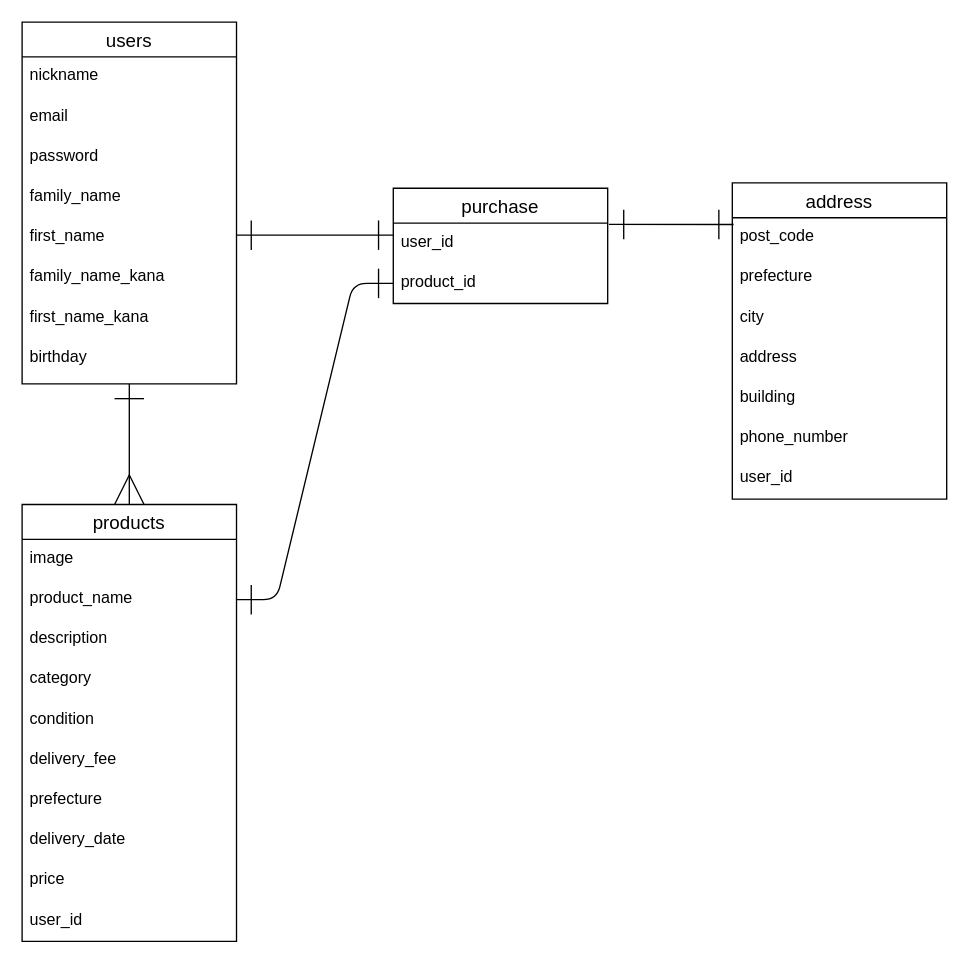
The draw.io diagram furima.dio in oramubon/furima-34805, before the edit. Source tidied: cells renumbered, new cells numbered last; positions are measured from the earlier drawing's top-left corner, leaving out a move shared by most shapes. Both pictures are drawn from the tidied source at 134%, with x=0, y=0 at pixel (21, 21).
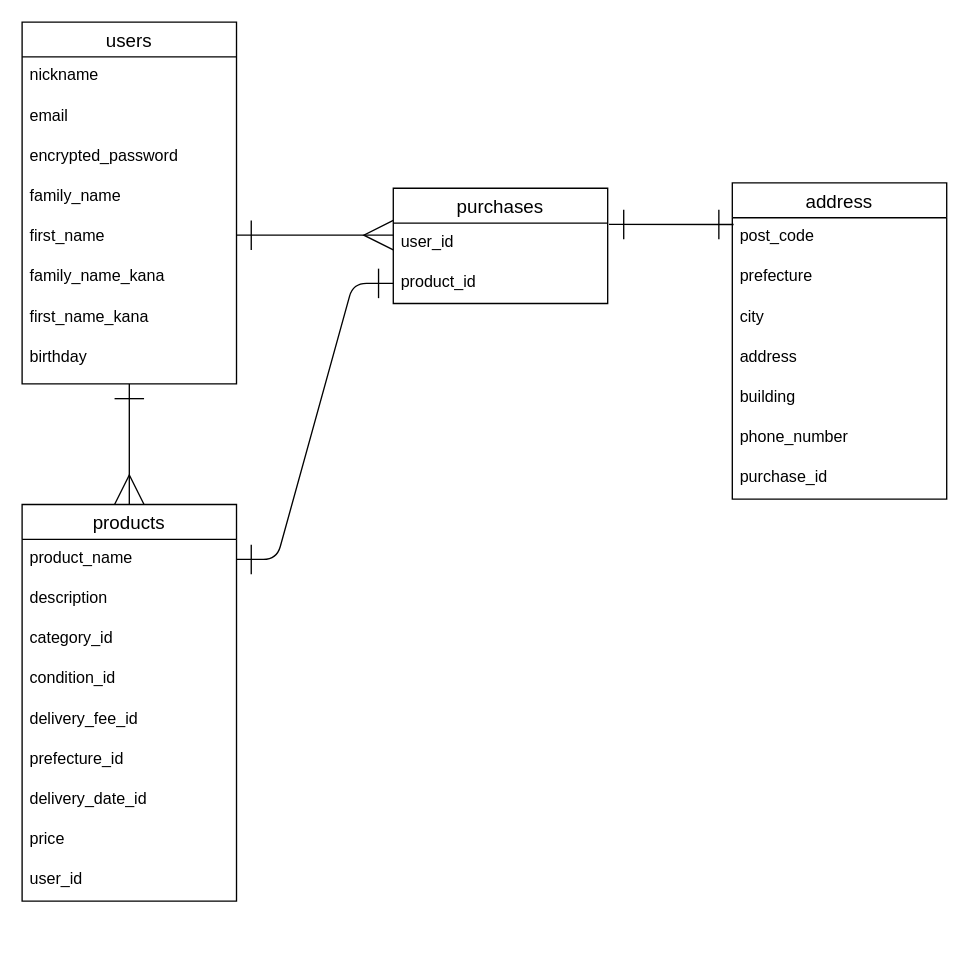
Above is the later version.

Commit message (it also covers changes not shown here):
データベース設計の修正

Unchanged cells that the change refers to:
```xml
<mxCell id="2" value="users" style="swimlane;fontStyle=0;horizontal=1;startSize=26;align=center;fontSize=14;" parent="1" vertex="1">
  <mxGeometry width="160" height="270" as="geometry" />
</mxCell>
<mxCell id="22" value="address" style="swimlane;fontStyle=0;horizontal=1;startSize=26;align=center;fontSize=14;" parent="1" vertex="1">
  <mxGeometry x="530" y="120" width="160" height="236" as="geometry" />
</mxCell>
<mxCell id="31" value="user_id" style="text;strokeColor=none;fillColor=none;spacingLeft=4;spacingRight=4;overflow=hidden;points=[[0,0.5],[1,0.5]];portConstraint=eastwest;fontSize=12;" parent="30" vertex="1">
  <mxGeometry y="26" width="160" height="30" as="geometry" />
</mxCell>
```

Diff of the diagram source:
```diff
@@
-    <mxCell id="5" value="password" style="text;strokeColor=none;fillColor=none;spacingLeft=4;spacingRight=4;overflow=hidden;fontSize=12;" parent="2" vertex="1">
+    <mxCell id="5" value="encrypted_password" style="text;strokeColor=none;fillColor=none;spacingLeft=4;spacingRight=4;overflow=hidden;fontSize=12;" parent="2" vertex="1">
       <mxGeometry y="86" width="160" height="30" as="geometry" />
     </mxCell>
@@
     <mxCell id="11" value="products" style="swimlane;fontStyle=0;horizontal=1;startSize=26;align=center;fontSize=14;" parent="1" vertex="1">
-      <mxGeometry y="360" width="160" height="326" as="geometry" />
+      <mxGeometry y="360" width="160" height="296" as="geometry" />
     </mxCell>
-    <mxCell id="12" value="image" style="text;strokeColor=none;fillColor=none;spacingLeft=4;spacingRight=4;overflow=hidden;fontSize=12;" parent="11" vertex="1">
-      <mxGeometry y="26" width="160" height="30" as="geometry" />
-    </mxCell>
     <mxCell id="13" value="product_name" style="text;strokeColor=none;fillColor=none;spacingLeft=4;spacingRight=4;overflow=hidden;points=[[0,0.5],[1,0.5]];portConstraint=eastwest;fontSize=12;" parent="11" vertex="1">
-      <mxGeometry y="56" width="160" height="30" as="geometry" />
+      <mxGeometry y="26" width="160" height="30" as="geometry" />
     </mxCell>
     <mxCell id="14" value="description" style="text;strokeColor=none;fillColor=none;spacingLeft=4;spacingRight=4;overflow=hidden;fontSize=12;" parent="11" vertex="1">
-      <mxGeometry y="86" width="160" height="30" as="geometry" />
+      <mxGeometry y="56" width="160" height="30" as="geometry" />
     </mxCell>
-    <mxCell id="15" value="category" style="text;strokeColor=none;fillColor=none;spacingLeft=4;spacingRight=4;overflow=hidden;fontSize=12;" parent="11" vertex="1">
-      <mxGeometry y="116" width="160" height="30" as="geometry" />
+    <mxCell id="15" value="category_id" style="text;strokeColor=none;fillColor=none;spacingLeft=4;spacingRight=4;overflow=hidden;fontSize=12;" parent="11" vertex="1">
+      <mxGeometry y="86" width="160" height="30" as="geometry" />
     </mxCell>
-    <mxCell id="16" value="condition" style="text;strokeColor=none;fillColor=none;spacingLeft=4;spacingRight=4;overflow=hidden;fontSize=12;" parent="11" vertex="1">
-      <mxGeometry y="146" width="160" height="30" as="geometry" />
+    <mxCell id="16" value="condition_id" style="text;strokeColor=none;fillColor=none;spacingLeft=4;spacingRight=4;overflow=hidden;fontSize=12;" parent="11" vertex="1">
+      <mxGeometry y="116" width="160" height="30" as="geometry" />
     </mxCell>
-    <mxCell id="17" value="delivery_fee" style="text;strokeColor=none;fillColor=none;spacingLeft=4;spacingRight=4;overflow=hidden;fontSize=12;" parent="11" vertex="1">
-      <mxGeometry y="176" width="160" height="30" as="geometry" />
+    <mxCell id="17" value="delivery_fee_id" style="text;strokeColor=none;fillColor=none;spacingLeft=4;spacingRight=4;overflow=hidden;fontSize=12;" parent="11" vertex="1">
+      <mxGeometry y="146" width="160" height="30" as="geometry" />
     </mxCell>
-    <mxCell id="18" value="prefecture" style="text;strokeColor=none;fillColor=none;spacingLeft=4;spacingRight=4;overflow=hidden;fontSize=12;" parent="11" vertex="1">
-      <mxGeometry y="206" width="160" height="30" as="geometry" />
+    <mxCell id="18" value="prefecture_id" style="text;strokeColor=none;fillColor=none;spacingLeft=4;spacingRight=4;overflow=hidden;fontSize=12;" parent="11" vertex="1">
+      <mxGeometry y="176" width="160" height="30" as="geometry" />
     </mxCell>
-    <mxCell id="19" value="delivery_date" style="text;strokeColor=none;fillColor=none;spacingLeft=4;spacingRight=4;overflow=hidden;fontSize=12;" parent="11" vertex="1">
-      <mxGeometry y="236" width="160" height="30" as="geometry" />
+    <mxCell id="19" value="delivery_date_id" style="text;strokeColor=none;fillColor=none;spacingLeft=4;spacingRight=4;overflow=hidden;fontSize=12;" parent="11" vertex="1">
+      <mxGeometry y="206" width="160" height="30" as="geometry" />
     </mxCell>
     <mxCell id="20" value="price" style="text;strokeColor=none;fillColor=none;spacingLeft=4;spacingRight=4;overflow=hidden;fontSize=12;" parent="11" vertex="1">
-      <mxGeometry y="266" width="160" height="30" as="geometry" />
+      <mxGeometry y="236" width="160" height="30" as="geometry" />
     </mxCell>
     <mxCell id="21" value="user_id" style="text;strokeColor=none;fillColor=none;spacingLeft=4;spacingRight=4;overflow=hidden;fontSize=12;" parent="11" vertex="1">
-      <mxGeometry y="296" width="160" height="30" as="geometry" />
+      <mxGeometry y="266" width="160" height="30" as="geometry" />
     </mxCell>
@@
-    <mxCell id="29" value="user_id" style="text;strokeColor=none;fillColor=none;spacingLeft=4;spacingRight=4;overflow=hidden;fontSize=12;" parent="22" vertex="1">
+    <mxCell id="29" value="purchase_id" style="text;strokeColor=none;fillColor=none;spacingLeft=4;spacingRight=4;overflow=hidden;fontSize=12;" parent="22" vertex="1">
       <mxGeometry y="206" width="160" height="30" as="geometry" />
     </mxCell>
-    <mxCell id="30" value="purchase" style="swimlane;fontStyle=0;horizontal=1;startSize=26;align=center;fontSize=14;" parent="1" vertex="1">
+    <mxCell id="30" value="purchases" style="swimlane;fontStyle=0;horizontal=1;startSize=26;align=center;fontSize=14;" parent="1" vertex="1">
       <mxGeometry x="277" y="124" width="160" height="86" as="geometry" />
     </mxCell>
@@
-    <mxCell id="33" style="edgeStyle=entityRelationEdgeStyle;fontSize=12;html=1;endArrow=ERone;startArrow=ERone;strokeWidth=1;endFill=0;endSize=20;startSize=20;startFill=0;sourcePerimeterSpacing=0;entryX=0;entryY=0.3;entryDx=0;entryDy=0;entryPerimeter=0;" parent="1" edge="1" target="31">
+    <mxCell id="33" style="edgeStyle=entityRelationEdgeStyle;fontSize=12;html=1;endArrow=ERmany;startArrow=ERone;strokeWidth=1;endFill=0;endSize=20;startSize=20;startFill=0;sourcePerimeterSpacing=0;entryX=0;entryY=0.3;entryDx=0;entryDy=0;entryPerimeter=0;" parent="1" edge="1" target="31">
       <mxGeometry relative="1" as="geometry">
         <mxPoint x="160" y="159" as="sourcePoint" />
       </mxGeometry>
     </mxCell>
```
